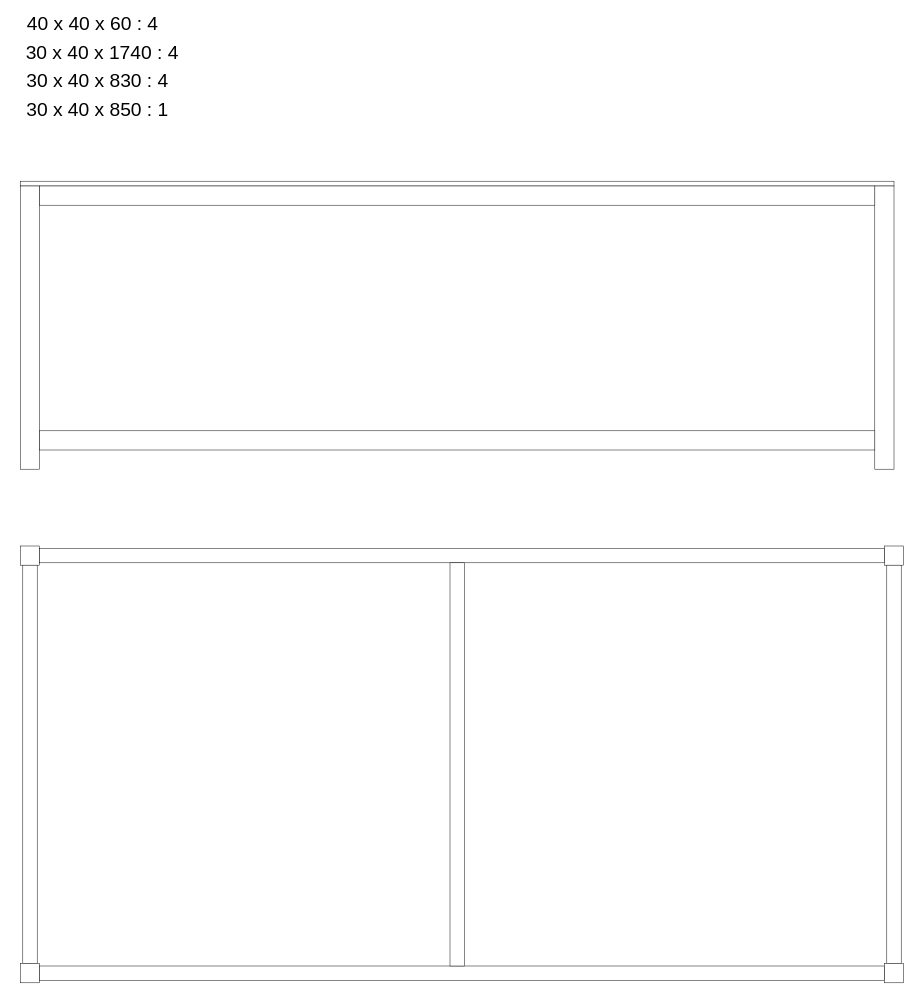
Before: other.drawio in sendo-kakeru/diy, a draw.io diagram. Source tidied: cells renumbered, new cells numbered last; positions are measured from the earlier drawing's top-left corner, leaving out a move shared by most shapes. Both pictures are drawn from the tidied source at 48%, with x=0, y=0 at pixel (20, 8).
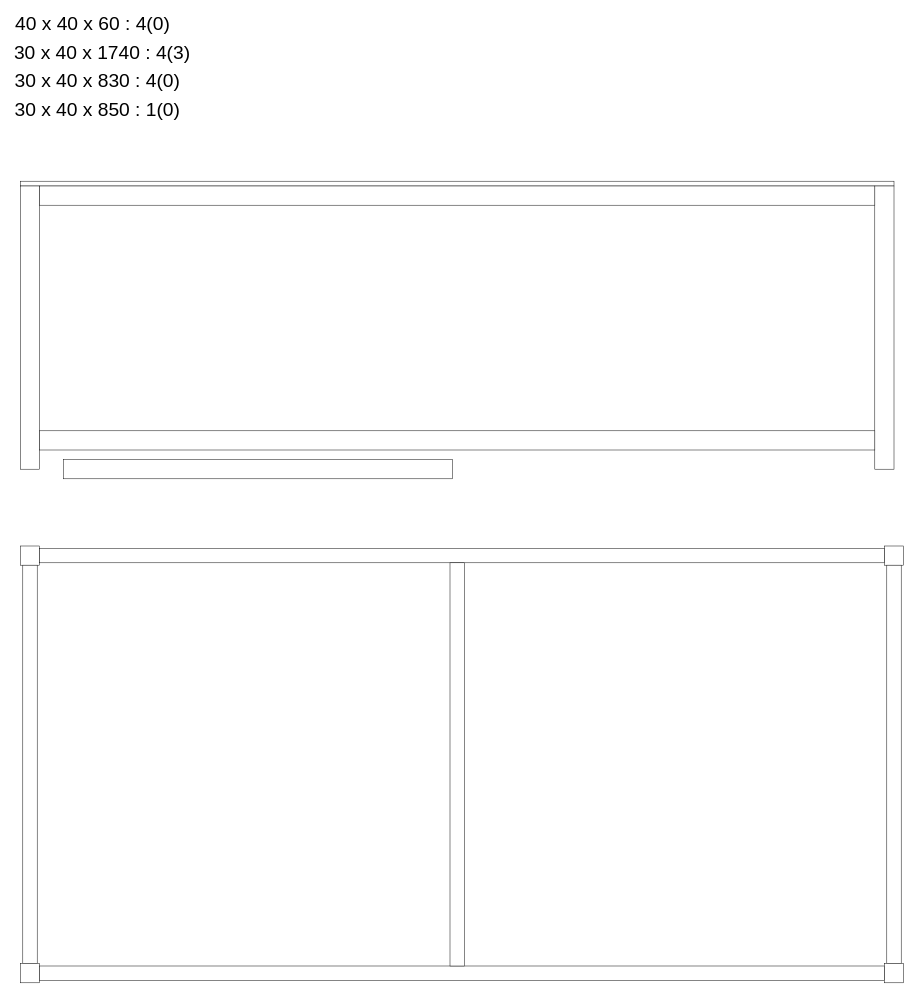
After the change.

Change to the diagram source:
```diff
@@
-    <mxCell id="16" value="&lt;span style=&quot;font-size: 40px;&quot;&gt;40 x 40 x 60 : 4&lt;/span&gt;" style="text;html=1;align=center;verticalAlign=middle;strokeColor=none;fillColor=none;" parent="1" vertex="1">
-      <mxGeometry width="300" height="60" as="geometry" />
+    <mxCell id="16" value="&lt;span style=&quot;font-size: 40px;&quot;&gt;40 x 40 x 60 : 4(0)&lt;/span&gt;" style="text;html=1;align=center;verticalAlign=middle;strokeColor=none;fillColor=none;" parent="1" vertex="1">
+      <mxGeometry x="-25" width="350" height="60" as="geometry" />
     </mxCell>
-    <mxCell id="17" value="&lt;span style=&quot;font-size: 40px;&quot;&gt;30 x 40 x 1740 : 4&lt;/span&gt;" style="text;html=1;align=center;verticalAlign=middle;strokeColor=none;fillColor=none;" parent="1" vertex="1">
-      <mxGeometry y="60" width="340" height="60" as="geometry" />
+    <mxCell id="17" value="&lt;span style=&quot;font-size: 40px;&quot;&gt;30 x 40 x 1740 : 4(3)&lt;/span&gt;" style="text;html=1;align=center;verticalAlign=middle;strokeColor=none;fillColor=none;" parent="1" vertex="1">
+      <mxGeometry x="-25" y="60" width="390" height="60" as="geometry" />
     </mxCell>
-    <mxCell id="18" value="&lt;span style=&quot;font-size: 40px;&quot;&gt;30 x 40 x 830 : 4&lt;/span&gt;" style="text;html=1;align=center;verticalAlign=middle;strokeColor=none;fillColor=none;" parent="1" vertex="1">
-      <mxGeometry y="120" width="320" height="60" as="geometry" />
+    <mxCell id="18" value="&lt;span style=&quot;font-size: 40px;&quot;&gt;30 x 40 x 830 : 4(0)&lt;/span&gt;" style="text;html=1;align=center;verticalAlign=middle;strokeColor=none;fillColor=none;" parent="1" vertex="1">
+      <mxGeometry x="-25" y="120" width="370" height="60" as="geometry" />
     </mxCell>
-    <mxCell id="19" value="&lt;span style=&quot;font-size: 40px;&quot;&gt;30 x 40 x 850 : 1&lt;/span&gt;" style="text;html=1;align=center;verticalAlign=middle;strokeColor=none;fillColor=none;" parent="1" vertex="1">
-      <mxGeometry y="180" width="320" height="60" as="geometry" />
+    <mxCell id="19" value="&lt;span style=&quot;font-size: 40px;&quot;&gt;30 x 40 x 850 : 1(0)&lt;/span&gt;" style="text;html=1;align=center;verticalAlign=middle;strokeColor=none;fillColor=none;" parent="1" vertex="1">
+      <mxGeometry x="-25" y="180" width="370" height="60" as="geometry" />
     </mxCell>
+    <mxCell id="20" style="rounded=0;whiteSpace=wrap;html=1;" parent="1" vertex="1">
+      <mxGeometry x="90" y="940" width="810" height="40" as="geometry" />
+    </mxCell>
```
